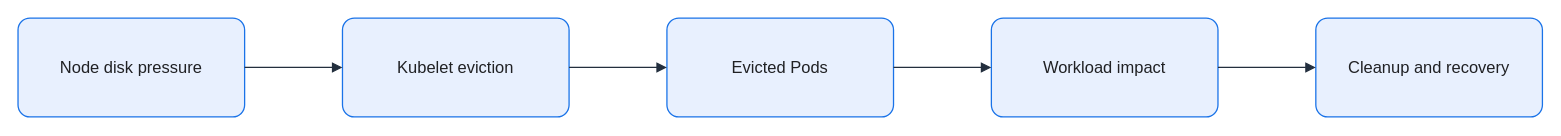
This is assets/img/kubernetes/multiple-pods-evicted-flow.drawio from KKamJi98/kkamji98.github.io, a draw.io file, before an edit. Source tidied: cells renumbered, new cells numbered last; positions are measured from the earlier drawing's top-left corner, leaving out a move shared by most shapes. Both pictures are drawn from the tidied source at 103%, with x=0, y=0 at pixel (18, 18).
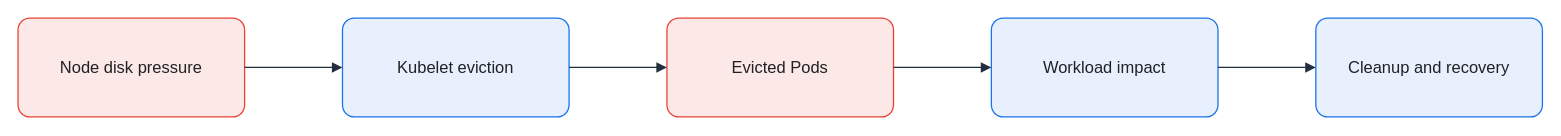
Above is the later version.

What changed in the source:
```diff
@@
 <mxGraphModel background="#FFFFFF">
   <root>
     <mxCell id="0" />
     <mxCell id="1" parent="0" />
-    <mxCell id="2" value="Node disk pressure" style="rounded=1;arcSize=12;whiteSpace=wrap;html=0;fillColor=#E8F0FE;strokeColor=#1A73E8;strokeWidth=1.25;fontColor=#202124;fontSize=16;align=center;verticalAlign=middle;spacing=8;shadow=0;" parent="1" vertex="1">
+    <mxCell id="2" value="Node disk pressure" style="rounded=1;arcSize=12;whiteSpace=wrap;html=0;fillColor=#FCE8E6;strokeColor=#EA4335;strokeWidth=1.25;fontColor=#202124;fontSize=16;align=center;verticalAlign=middle;spacing=8;shadow=0;" parent="1" vertex="1">
       <mxGeometry width="220" height="96" as="geometry" />
     </mxCell>
     <mxCell id="3" value="Kubelet eviction" style="rounded=1;arcSize=12;whiteSpace=wrap;html=0;fillColor=#E8F0FE;strokeColor=#1A73E8;strokeWidth=1.25;fontColor=#202124;fontSize=16;align=center;verticalAlign=middle;spacing=8;shadow=0;" parent="1" vertex="1">
       <mxGeometry x="315" width="220" height="96" as="geometry" />
     </mxCell>
-    <mxCell id="4" value="Evicted Pods" style="rounded=1;arcSize=12;whiteSpace=wrap;html=0;fillColor=#E8F0FE;strokeColor=#1A73E8;strokeWidth=1.25;fontColor=#202124;fontSize=16;align=center;verticalAlign=middle;spacing=8;shadow=0;" parent="1" vertex="1">
+    <mxCell id="4" value="Evicted Pods" style="rounded=1;arcSize=12;whiteSpace=wrap;html=0;fillColor=#FCE8E6;strokeColor=#EA4335;strokeWidth=1.25;fontColor=#202124;fontSize=16;align=center;verticalAlign=middle;spacing=8;shadow=0;" parent="1" vertex="1">
       <mxGeometry x="630" width="220" height="96" as="geometry" />
     </mxCell>
     <mxCell id="5" value="Workload impact" style="rounded=1;arcSize=12;whiteSpace=wrap;html=0;fillColor=#E8F0FE;strokeColor=#1A73E8;strokeWidth=1.25;fontColor=#202124;fontSize=16;align=center;verticalAlign=middle;spacing=8;shadow=0;" parent="1" vertex="1">
       <mxGeometry x="945" width="220" height="96" as="geometry" />
     </mxCell>
     <mxCell id="6" value="Cleanup and recovery" style="rounded=1;arcSize=12;whiteSpace=wrap;html=0;fillColor=#E8F0FE;strokeColor=#1A73E8;strokeWidth=1.25;fontColor=#202124;fontSize=16;align=center;verticalAlign=middle;spacing=8;shadow=0;" parent="1" vertex="1">
       <mxGeometry x="1260" width="220" height="96" as="geometry" />
     </mxCell>
     <mxCell id="7" style="edgeStyle=orthogonalEdgeStyle;rounded=0;jettySize=auto;html=0;endArrow=block;endFill=1;strokeColor=#232F3E;strokeWidth=1.25;fontColor=#202124;labelBackgroundColor=none;exitX=1;exitY=0.5;exitDx=0;exitDy=0;entryX=0;entryY=0.5;entryDx=0;entryDy=0;endSize=7;" parent="1" edge="1" source="2" target="3">
       <mxGeometry relative="1" as="geometry" />
     </mxCell>
     <mxCell id="8" style="edgeStyle=orthogonalEdgeStyle;rounded=0;jettySize=auto;html=0;endArrow=block;endFill=1;strokeColor=#232F3E;strokeWidth=1.25;fontColor=#202124;labelBackgroundColor=none;exitX=1;exitY=0.5;exitDx=0;exitDy=0;entryX=0;entryY=0.5;entryDx=0;entryDy=0;endSize=7;" parent="1" edge="1" source="3" target="4">
       <mxGeometry relative="1" as="geometry" />
     </mxCell>
     <mxCell id="9" style="edgeStyle=orthogonalEdgeStyle;rounded=0;jettySize=auto;html=0;endArrow=block;endFill=1;strokeColor=#232F3E;strokeWidth=1.25;fontColor=#202124;labelBackgroundColor=none;exitX=1;exitY=0.5;exitDx=0;exitDy=0;entryX=0;entryY=0.5;entryDx=0;entryDy=0;endSize=7;" parent="1" edge="1" source="4" target="5">
       <mxGeometry relative="1" as="geometry" />
     </mxCell>
     <mxCell id="10" style="edgeStyle=orthogonalEdgeStyle;rounded=0;jettySize=auto;html=0;endArrow=block;endFill=1;strokeColor=#232F3E;strokeWidth=1.25;fontColor=#202124;labelBackgroundColor=none;exitX=1;exitY=0.5;exitDx=0;exitDy=0;entryX=0;entryY=0.5;entryDx=0;entryDy=0;endSize=7;" parent="1" edge="1" source="5" target="6">
       <mxGeometry relative="1" as="geometry" />
     </mxCell>
   </root>
 </mxGraphModel>
```
